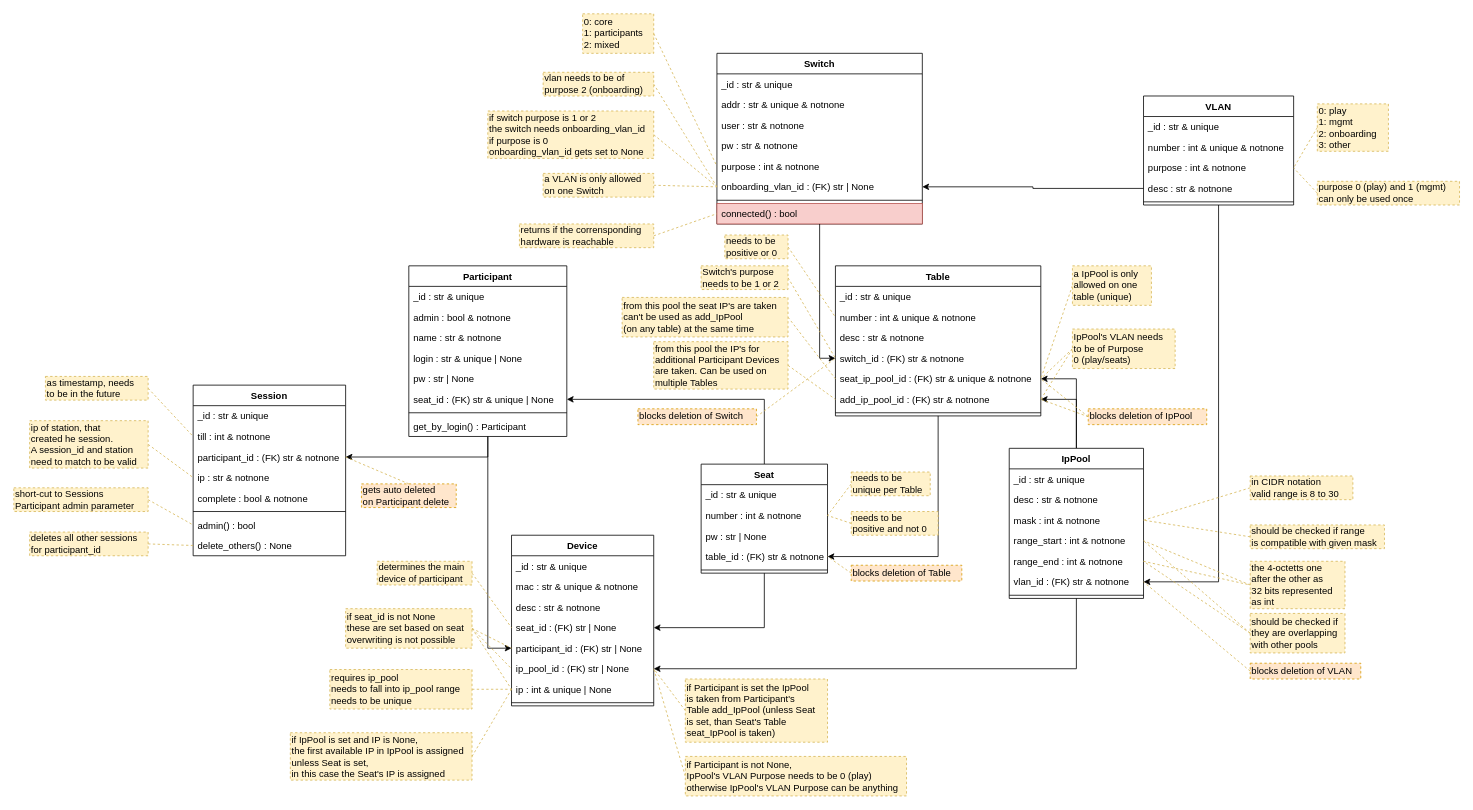
Above: docs/elements_classes.drawio in nils-ost/LanPartyOnboardingSystem (draw.io), before the change. Source tidied: cells renumbered, new cells numbered last; positions are measured from the earlier drawing's top-left corner, leaving out a move shared by most shapes. Both pictures are drawn from the tidied source at 79%, with x=0, y=0 at pixel (13, 13).
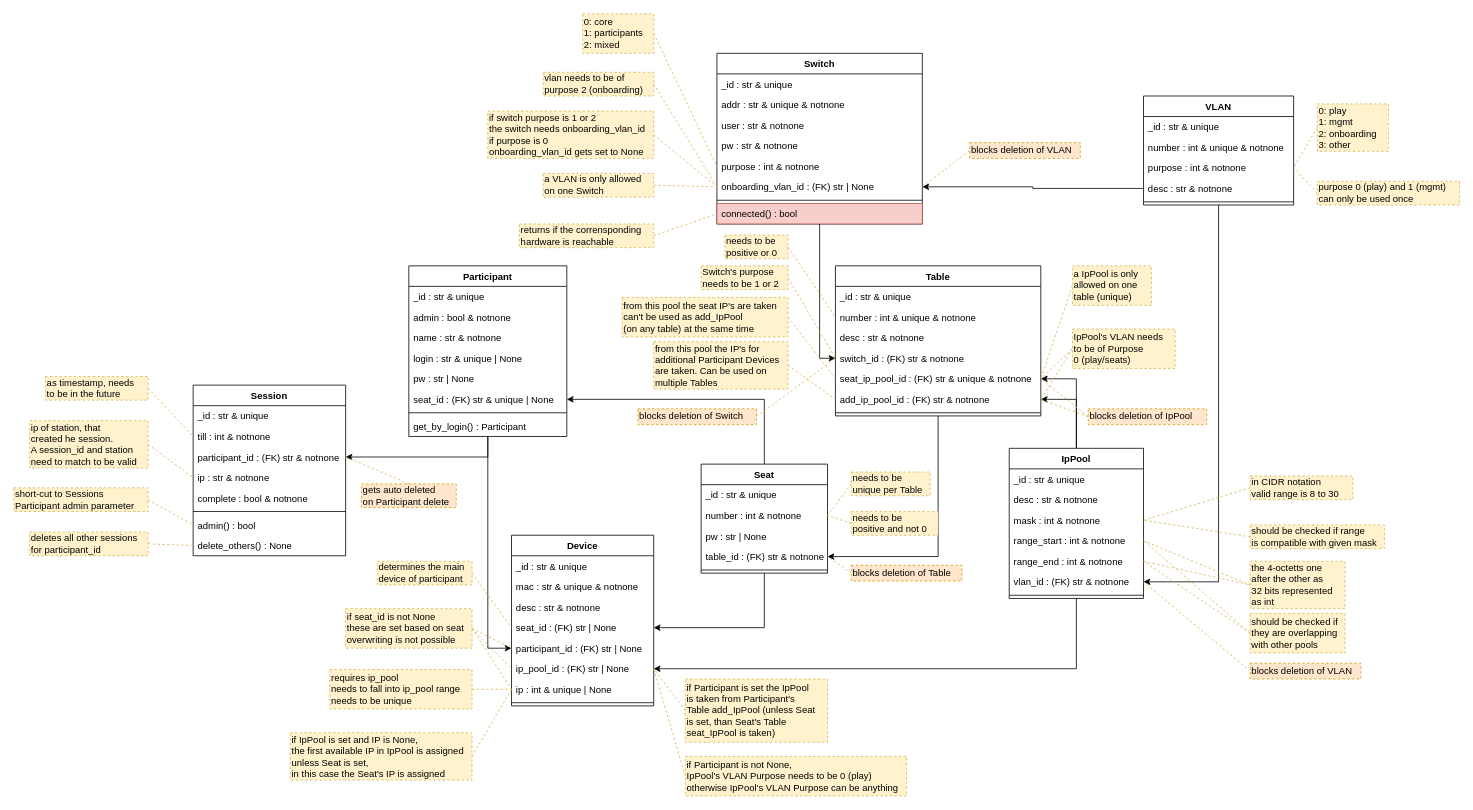
The same diagram, later.

Unchanged cells that the change refers to:
```xml
<mxCell id="15" value="onboarding_vlan_id : (FK) str | None" style="text;align=left;verticalAlign=top;spacingLeft=4;spacingRight=4;overflow=hidden;points=[[0,0.5],[1,0.5]];portConstraint=eastwest;" parent="9" vertex="1">
  <mxGeometry y="156" width="260" height="26" as="geometry" />
</mxCell>
```

What changed in the source:
```diff
@@
+    <mxCell id="151" style="rounded=0;jettySize=auto;html=1;exitX=0;exitY=0.5;exitDx=0;exitDy=0;entryX=1;entryY=0.5;entryDx=0;entryDy=0;dashed=1;fillColor=#fff2cc;strokeColor=#d6b656;endArrow=none;endFill=0;" parent="1" edge="1" source="152" target="15">
+      <mxGeometry relative="1" as="geometry" />
+    </mxCell>
+    <mxCell id="152" value="blocks deletion of VLAN" style="rounded=0;whiteSpace=wrap;html=1;fillColor=#ffe6cc;strokeColor=#d79b00;dashed=1;align=left;verticalAlign=middle;horizontal=1;labelPosition=center;verticalLabelPosition=middle;" parent="1" vertex="1">
+      <mxGeometry x="1210" y="163" width="140" height="20" as="geometry" />
+    </mxCell>
```
